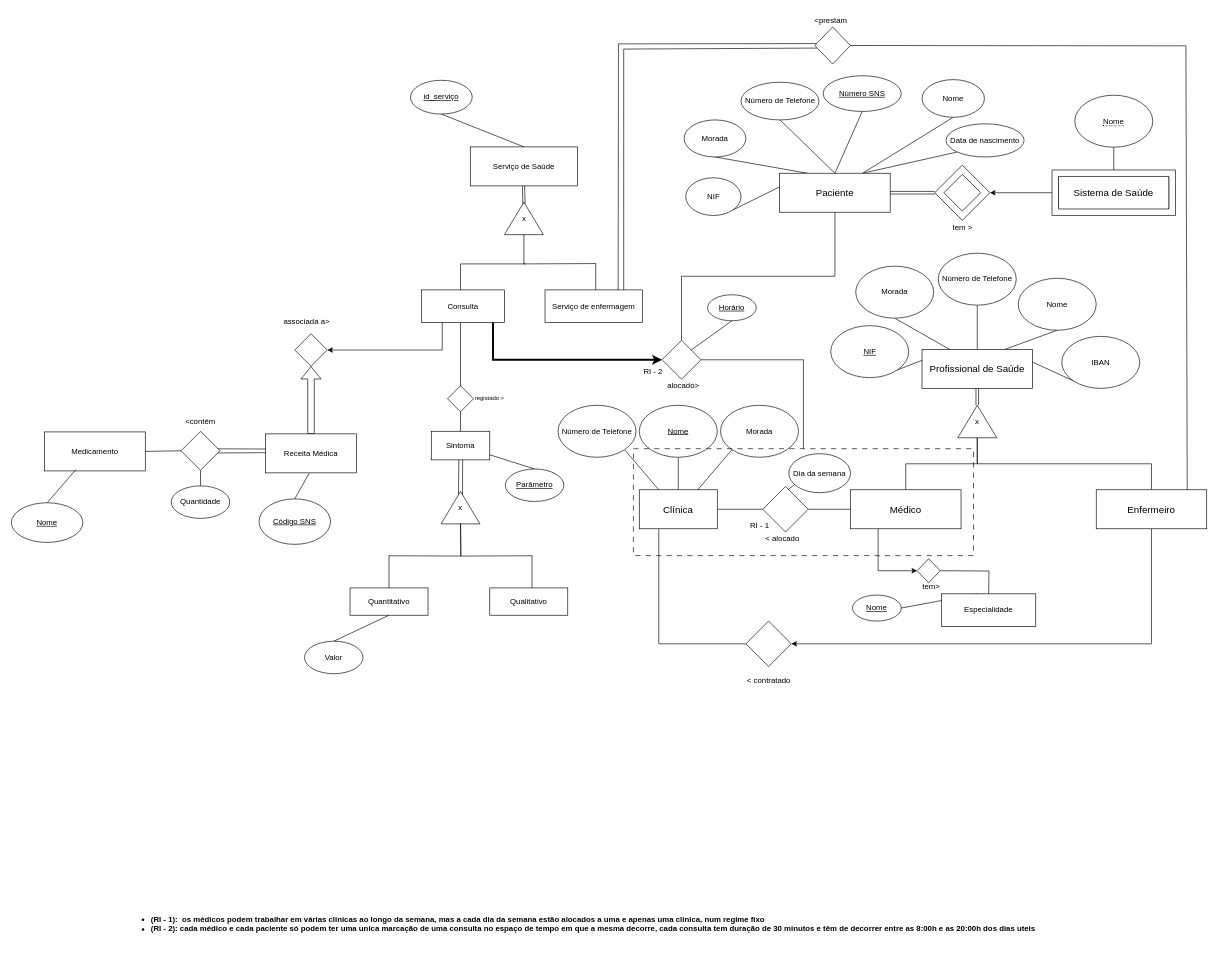
The draw.io diagram page "Page-1" (1 of 2) of diagrams/modelo_EA.drawio in Zane-dev16/BD-projeto-E1, before the edit. Source tidied: cells renumbered, new cells numbered last; positions are measured from the earlier drawing's top-left corner, leaving out a move shared by most shapes. Both pictures are drawn from the tidied source at 65%, with x=0, y=0 at pixel (11, 11).
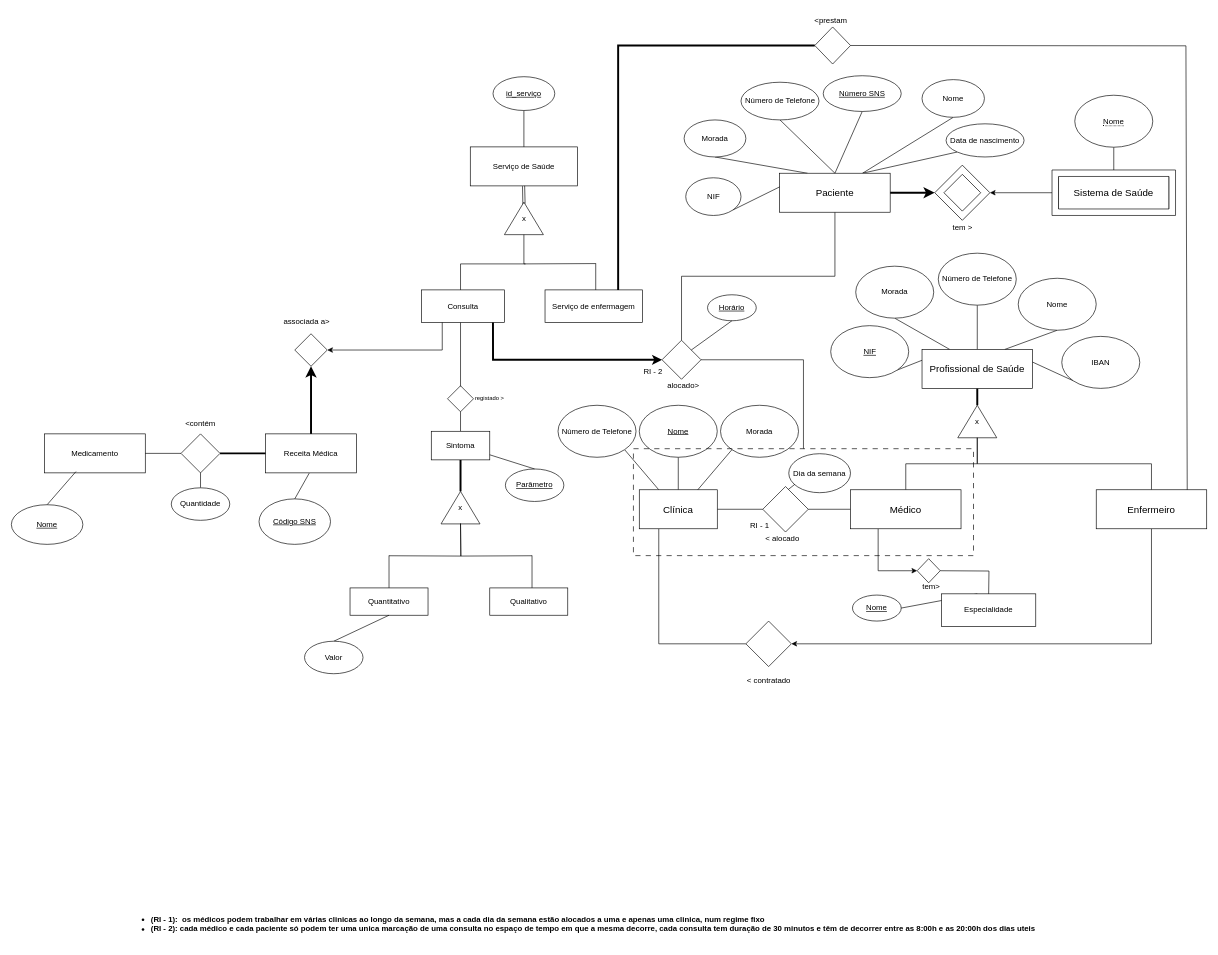
The same diagram, later.

Commit message:
Change connection connotation

Unchanged cells that the change refers to:
```xml
<mxCell id="7" value="&lt;span style=&quot;font-size: 15px;&quot;&gt;Profissional de Saúde&lt;/span&gt;" style="rounded=0;whiteSpace=wrap;html=1;labelBackgroundColor=none;" parent="1" vertex="1">
  <mxGeometry x="1401" y="520" width="170" height="60" as="geometry" />
</mxCell>
<mxCell id="15" value="x" style="triangle;whiteSpace=wrap;html=1;direction=north;rotation=0;labelBackgroundColor=none;" parent="1" vertex="1">
  <mxGeometry x="1456" y="606" width="60" height="50" as="geometry" />
</mxCell>
<mxCell id="43" value="&lt;span style=&quot;font-size: 15px;&quot;&gt;Paciente&lt;/span&gt;" style="rounded=0;whiteSpace=wrap;html=1;labelBackgroundColor=none;" parent="1" vertex="1">
  <mxGeometry x="1182" y="249" width="170" height="60" as="geometry" />
</mxCell>
<mxCell id="56" style="verticalLabelPosition=bottom;verticalAlign=top;html=1;shape=mxgraph.basic.frame;dx=10;whiteSpace=wrap;labelBackgroundColor=none;rotation=45;" parent="1" vertex="1">
  <mxGeometry x="1433" y="249" width="60" height="60" as="geometry" />
</mxCell>
<mxCell id="69" value="Serviço de enfermagem" style="rounded=0;whiteSpace=wrap;html=1;" parent="59" vertex="1">
  <mxGeometry x="190" y="220" width="150" height="50" as="geometry" />
</mxCell>
<mxCell id="70" style="rhombus;whiteSpace=wrap;html=1;" parent="1" vertex="1">
  <mxGeometry x="436" y="496" width="50" height="50" as="geometry" />
</mxCell>
<mxCell id="76" value="Sintoma" style="rounded=0;whiteSpace=wrap;html=1;" parent="1" vertex="1">
  <mxGeometry x="646" y="646" width="90" height="44" as="geometry" />
</mxCell>
<mxCell id="78" value="x" style="triangle;whiteSpace=wrap;html=1;direction=north;rotation=0;labelBackgroundColor=none;" parent="1" vertex="1">
  <mxGeometry x="661" y="738.5" width="60" height="50" as="geometry" />
</mxCell>
<mxCell id="105" style="rhombus;whiteSpace=wrap;html=1;" parent="1" vertex="1">
  <mxGeometry x="1236" y="24" width="55" height="57" as="geometry" />
</mxCell>
<mxCell id="111" value="Receita Médica" style="rounded=0;whiteSpace=wrap;html=1;" parent="1" vertex="1">
  <mxGeometry x="391" y="650" width="140" height="60" as="geometry" />
</mxCell>
```

The edit, as a diff of the source:
```diff
@@
+    <mxCell id="129" style="edgeStyle=none;curved=1;rounded=0;jettySize=auto;html=1;exitX=0.5;exitY=1;exitDx=0;exitDy=0;entryX=1;entryY=0.5;entryDx=0;entryDy=0;fontSize=12;startSize=8;endSize=8;endArrow=none;endFill=0;strokeWidth=3;" parent="1" edge="1" source="7" target="15">
+      <mxGeometry relative="1" as="geometry" />
+    </mxCell>
@@
-    <mxCell id="14" style="edgeStyle=none;curved=1;rounded=0;jettySize=auto;html=1;exitX=1;exitY=0.5;exitDx=0;exitDy=0;fontSize=12;shape=link;" parent="1" edge="1" source="15" target="7">
-      <mxGeometry relative="1" as="geometry" />
-    </mxCell>
@@
     <mxCell id="71" value="&amp;lt;contém" style="text;html=1;align=center;verticalAlign=middle;whiteSpace=wrap;rounded=0;" parent="1" vertex="1">
-      <mxGeometry x="261" y="616" width="60" height="30" as="geometry" />
+      <mxGeometry x="261" y="619" width="60" height="30" as="geometry" />
     </mxCell>
@@
+    <mxCell id="130" style="edgeStyle=none;curved=1;rounded=0;jettySize=auto;html=1;exitX=0.5;exitY=1;exitDx=0;exitDy=0;fontSize=12;startSize=8;endSize=8;endArrow=none;endFill=0;strokeWidth=3;" parent="1" edge="1" source="76" target="78">
+      <mxGeometry relative="1" as="geometry" />
+    </mxCell>
@@
-    <mxCell id="102" style="endArrow=none;html=1;rounded=0;exitX=0.898;exitY=0.55;exitDx=0;exitDy=0;exitPerimeter=0;entryX=0.536;entryY=0.993;entryDx=0;entryDy=0;entryPerimeter=0;" parent="1" edge="1" source="78" target="76">
-      <mxGeometry relative="1" as="geometry" />
-    </mxCell>
-    <mxCell id="103" style="endArrow=none;html=1;rounded=0;exitX=0.905;exitY=0.448;exitDx=0;exitDy=0;exitPerimeter=0;entryX=0.471;entryY=0.993;entryDx=0;entryDy=0;entryPerimeter=0;" parent="1" edge="1" source="78" target="76">
-      <mxGeometry relative="1" as="geometry" />
-    </mxCell>
-    <mxCell id="104" style="endArrow=none;html=1;rounded=0;exitX=0.75;exitY=0;exitDx=0;exitDy=0;entryX=0.069;entryY=0.448;entryDx=0;entryDy=0;entryPerimeter=0;" parent="1" edge="1" source="69" target="105">
-      <mxGeometry relative="1" as="geometry">
-        <Array as="points">
-          <mxPoint x="934" y="50" />
-        </Array>
-      </mxGeometry>
-    </mxCell>
@@
-    <mxCell id="106" style="endArrow=none;html=1;rounded=0;exitX=0.807;exitY=-0.004;exitDx=0;exitDy=0;exitPerimeter=0;entryX=0.065;entryY=0.57;entryDx=0;entryDy=0;entryPerimeter=0;" parent="1" edge="1" source="69" target="105">
-      <mxGeometry relative="1" as="geometry">
-        <Array as="points">
-          <mxPoint x="942" y="58" />
-        </Array>
-      </mxGeometry>
-    </mxCell>
@@
     <mxCell id="109" value="Medicamento" style="rounded=0;whiteSpace=wrap;html=1;" parent="1" vertex="1">
-      <mxGeometry x="51" y="647" width="155" height="60" as="geometry" />
+      <mxGeometry x="51" y="650" width="155" height="60" as="geometry" />
     </mxCell>
-    <mxCell id="110" style="edgeStyle=orthogonalEdgeStyle;rounded=0;jettySize=auto;html=1;exitX=0.5;exitY=0;exitDx=0;exitDy=0;entryX=0.5;entryY=1;entryDx=0;entryDy=0;shape=flexArrow;endArrow=block;endFill=0;" parent="1" edge="1" source="111" target="70">
+    <mxCell id="110" style="edgeStyle=none;curved=1;rounded=0;jettySize=auto;html=1;exitX=0.5;exitY=0;exitDx=0;exitDy=0;entryX=0.5;entryY=1;entryDx=0;entryDy=0;fontSize=12;startSize=8;endSize=8;strokeWidth=3;" parent="1" edge="1" source="111" target="70">
       <mxGeometry relative="1" as="geometry" />
     </mxCell>
@@
-    <mxCell id="112" style="endArrow=none;html=1;rounded=0;entryX=-0.004;entryY=0.388;entryDx=0;entryDy=0;entryPerimeter=0;exitX=0.947;exitY=0.45;exitDx=0;exitDy=0;exitPerimeter=0;" parent="1" edge="1" source="114">
-      <mxGeometry relative="1" as="geometry">
-        <mxPoint x="391.5" y="673.3" as="targetPoint" />
-      </mxGeometry>
-    </mxCell>
-    <mxCell id="113" style="endArrow=none;html=1;rounded=0;exitX=0.939;exitY=0.556;exitDx=0;exitDy=0;exitPerimeter=0;entryX=0.002;entryY=0.482;entryDx=0;entryDy=0;entryPerimeter=0;" parent="1" edge="1" source="114" target="111">
+    <mxCell id="113" style="edgeStyle=none;curved=1;rounded=0;jettySize=auto;html=1;exitX=1;exitY=0.5;exitDx=0;exitDy=0;entryX=0;entryY=0.5;entryDx=0;entryDy=0;fontSize=12;startSize=8;endSize=8;endArrow=none;endFill=0;strokeWidth=3;" parent="1" edge="1" source="114" target="111">
       <mxGeometry relative="1" as="geometry" />
     </mxCell>
     <mxCell id="114" style="rhombus;whiteSpace=wrap;html=1;" parent="1" vertex="1">
-      <mxGeometry x="261" y="646" width="60" height="60" as="geometry" />
+      <mxGeometry x="261" y="650" width="60" height="60" as="geometry" />
     </mxCell>
@@
     <mxCell id="116" value="Quantidade" style="ellipse;whiteSpace=wrap;html=1;" parent="1" vertex="1">
-      <mxGeometry x="246" y="730" width="90" height="50" as="geometry" />
+      <mxGeometry x="246" y="733" width="90" height="50" as="geometry" />
     </mxCell>
@@
-    <mxCell id="120" style="edgeStyle=none;curved=1;rounded=0;jettySize=auto;html=1;exitX=1;exitY=0.5;exitDx=0;exitDy=0;entryX=0;entryY=1;entryDx=0;entryDy=0;entryPerimeter=0;fontSize=12;endArrow=none;endFill=0;shape=link;" parent="1" edge="1" source="43" target="56">
-      <mxGeometry relative="1" as="geometry" />
-    </mxCell>
@@
     <mxCell id="122" value="&lt;u&gt;id_serviço&lt;/u&gt;" style="ellipse;whiteSpace=wrap;html=1;labelBackgroundColor=none;" parent="1" vertex="1">
-      <mxGeometry x="614" y="106" width="95" height="52" as="geometry" />
+      <mxGeometry x="741" y="100.5" width="95" height="52" as="geometry" />
     </mxCell>
@@
     <mxCell id="124" value="&lt;u&gt;Nome&lt;/u&gt;" style="ellipse;whiteSpace=wrap;html=1;" parent="1" vertex="1">
-      <mxGeometry y="756" width="110" height="61" as="geometry" />
+      <mxGeometry y="759" width="110" height="61" as="geometry" />
     </mxCell>
@@
+    <mxCell id="120" style="edgeStyle=none;curved=1;rounded=0;jettySize=auto;html=1;exitX=1;exitY=0.5;exitDx=0;exitDy=0;entryX=0;entryY=1;entryDx=0;entryDy=0;entryPerimeter=0;fontSize=12;startSize=8;endSize=8;strokeWidth=3;" parent="1" edge="1" source="43" target="56">
+      <mxGeometry relative="1" as="geometry" />
+    </mxCell>
+    <mxCell id="131" style="edgeStyle=orthogonalEdgeStyle;rounded=0;jettySize=auto;html=1;exitX=0.75;exitY=0;exitDx=0;exitDy=0;entryX=0;entryY=0.5;entryDx=0;entryDy=0;fontSize=12;startSize=8;endSize=8;strokeWidth=3;endArrow=none;endFill=0;" parent="1" edge="1" source="69" target="105">
+      <mxGeometry relative="1" as="geometry" />
+    </mxCell>
```
